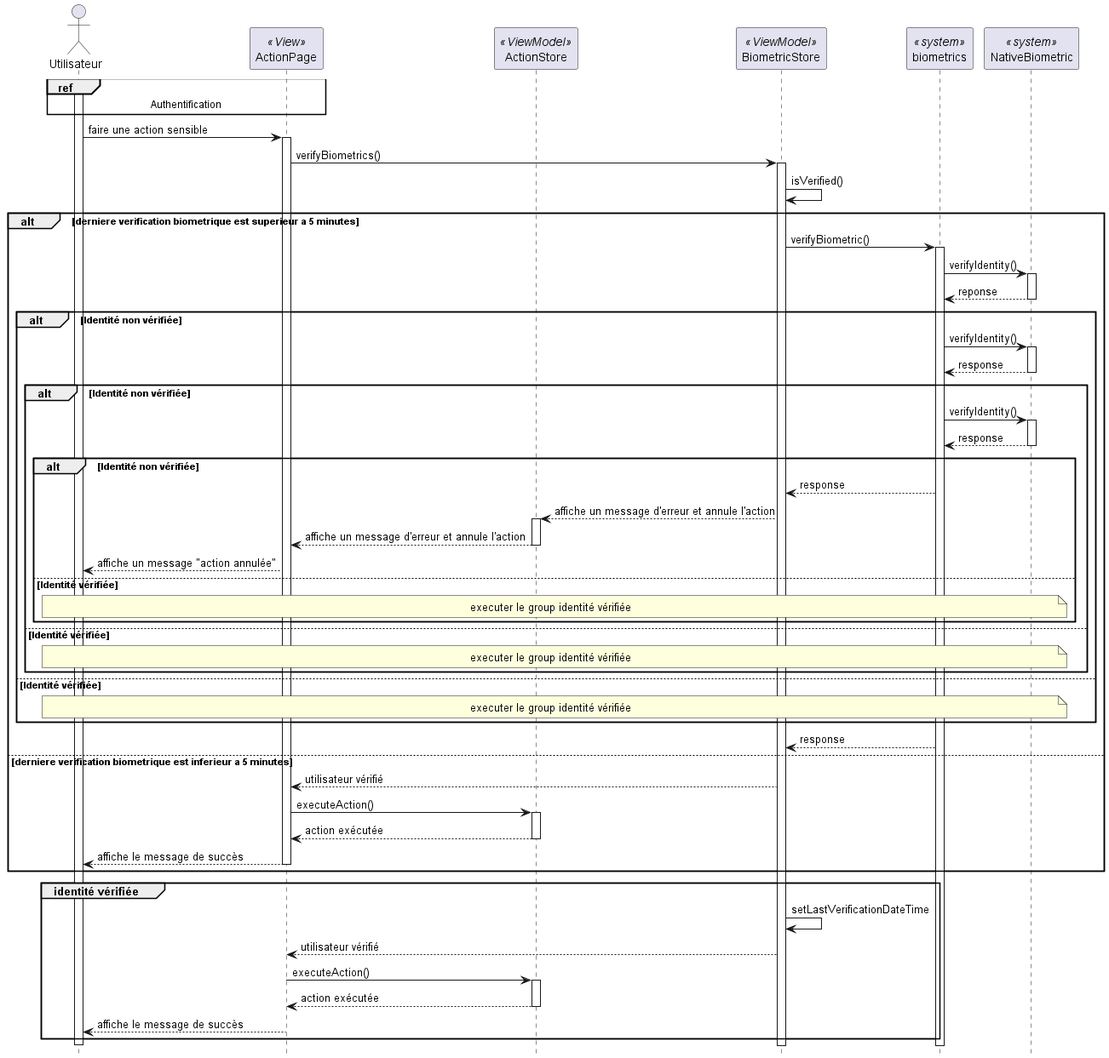
Earlier version of the PlantUML export out/diagrams/sprint5/sequence_verification_biometrique/sequence_verification_biometrique.png (PFE-Neoledge-2023/rapport). The source it was exported from:
```plantuml
@startuml sequence_verification_biometrique

hide footbox


actor "Utilisateur" as user
participant "ActionPage" as liste << View >>
participant "ActionStore" as vm << ViewModel >>
participant "BiometricStore" as biometricVm << ViewModel >>
participant "biometrics" as biometric << system >>
participant "NativeBiometric" as native << system >>

ref over user, liste : Authentification
activate user
user -> liste : faire une action sensible
activate liste
            liste -> biometricVm : verifyBiometrics()
            activate biometricVm
            biometricVm-> biometricVm : isVerified()
            alt derniere verification biometrique est superieur a 5 minutes
                biometricVm -> biometric : verifyBiometric()
                activate biometric
                biometric -> native : verifyIdentity()
                activate native
                native --> biometric : reponse
                deactivate native
                alt Identité non vérifiée
                    biometric -> native : verifyIdentity()
                    activate native
                    native --> biometric : response
                    deactivate native
                    alt Identité non vérifiée
                        biometric -> native : verifyIdentity()
                        activate native
                        native --> biometric : response
                        deactivate native
                        alt Identité non vérifiée
                            biometric --> biometricVm : response
                            biometricVm --> vm : affiche un message d'erreur et annule l'action
                            activate vm
                            vm --> liste : affiche un message d'erreur et annule l'action
                            deactivate vm
                            liste --> user : affiche un message "action annulée"

                        else Identité vérifiée
                            note across
                                executer le group identité vérifiée
                            end note
                        end
                    else Identité vérifiée
                        note across
                            executer le group identité vérifiée
                        end note
                    end
                else Identité vérifiée
                    note across
                        executer le group identité vérifiée
                    end note
                end

                biometric --> biometricVm : response

            else derniere verification biometrique est inferieur a 5 minutes
                biometricVm --> liste : utilisateur vérifié
                liste -> vm : executeAction()
                activate vm
                vm --> liste : action exécutée
                deactivate vm
                liste --> user : affiche le message de succès
                deactivate liste
            end
            group identité vérifiée
                biometricVm -> biometricVm : setLastVerificationDateTime
                biometricVm --> liste : utilisateur vérifié
                liste -> vm : executeAction()
                activate vm
                vm --> liste : action exécutée
                deactivate vm
                liste --> user : affiche le message de succès
                deactivate liste
            end



    deactivate user
```
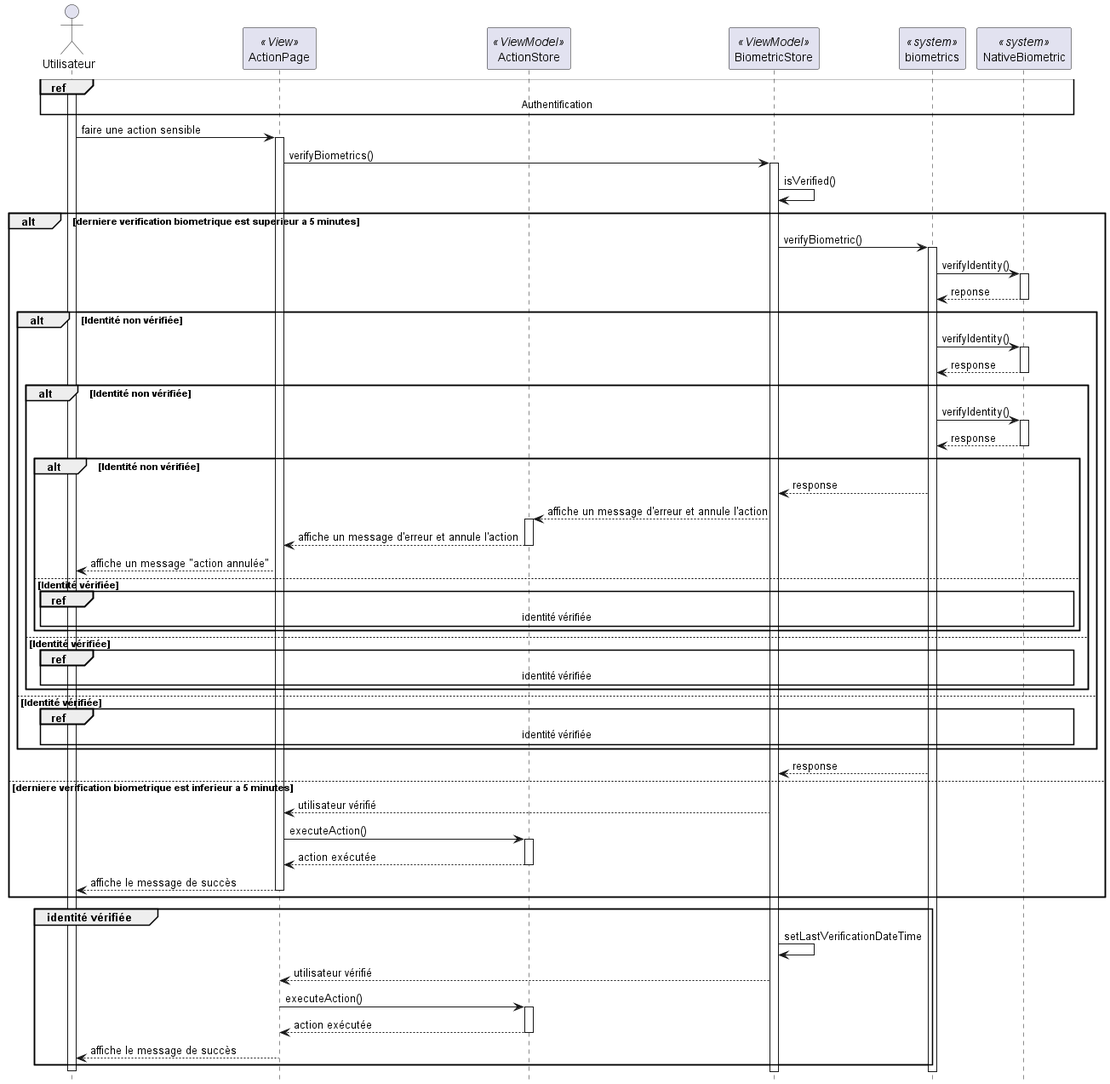
The same diagram one commit later.

Commit message:
sequence biomertrique

Change to the diagram source:
```diff
@@ -10,7 +10,7 @@
 participant "biometrics" as biometric << system >>
 participant "NativeBiometric" as native << system >>
 
-ref over user, liste : Authentification
+ref over user, liste,vm,biometricVm,biometric,native : Authentification
 activate user
 user -> liste : faire une action sensible
 activate liste
@@ -43,19 +43,15 @@
                             liste --> user : affiche un message "action annulée"
 
                         else Identité vérifiée
-                            note across
-                                executer le group identité vérifiée
-                            end note
+                            ref over user, liste,vm,biometricVm,biometric,native : identité vérifiée
                         end
                     else Identité vérifiée
-                        note across
-                            executer le group identité vérifiée
-                        end note
+                            ref over user, liste,vm,biometricVm,biometric,native : identité vérifiée
+
                     end
                 else Identité vérifiée
-                    note across
-                        executer le group identité vérifiée
-                    end note
+                        ref over user, liste,vm,biometricVm,biometric,native : identité vérifiée
+
                 end
 
                 biometric --> biometricVm : response
```
